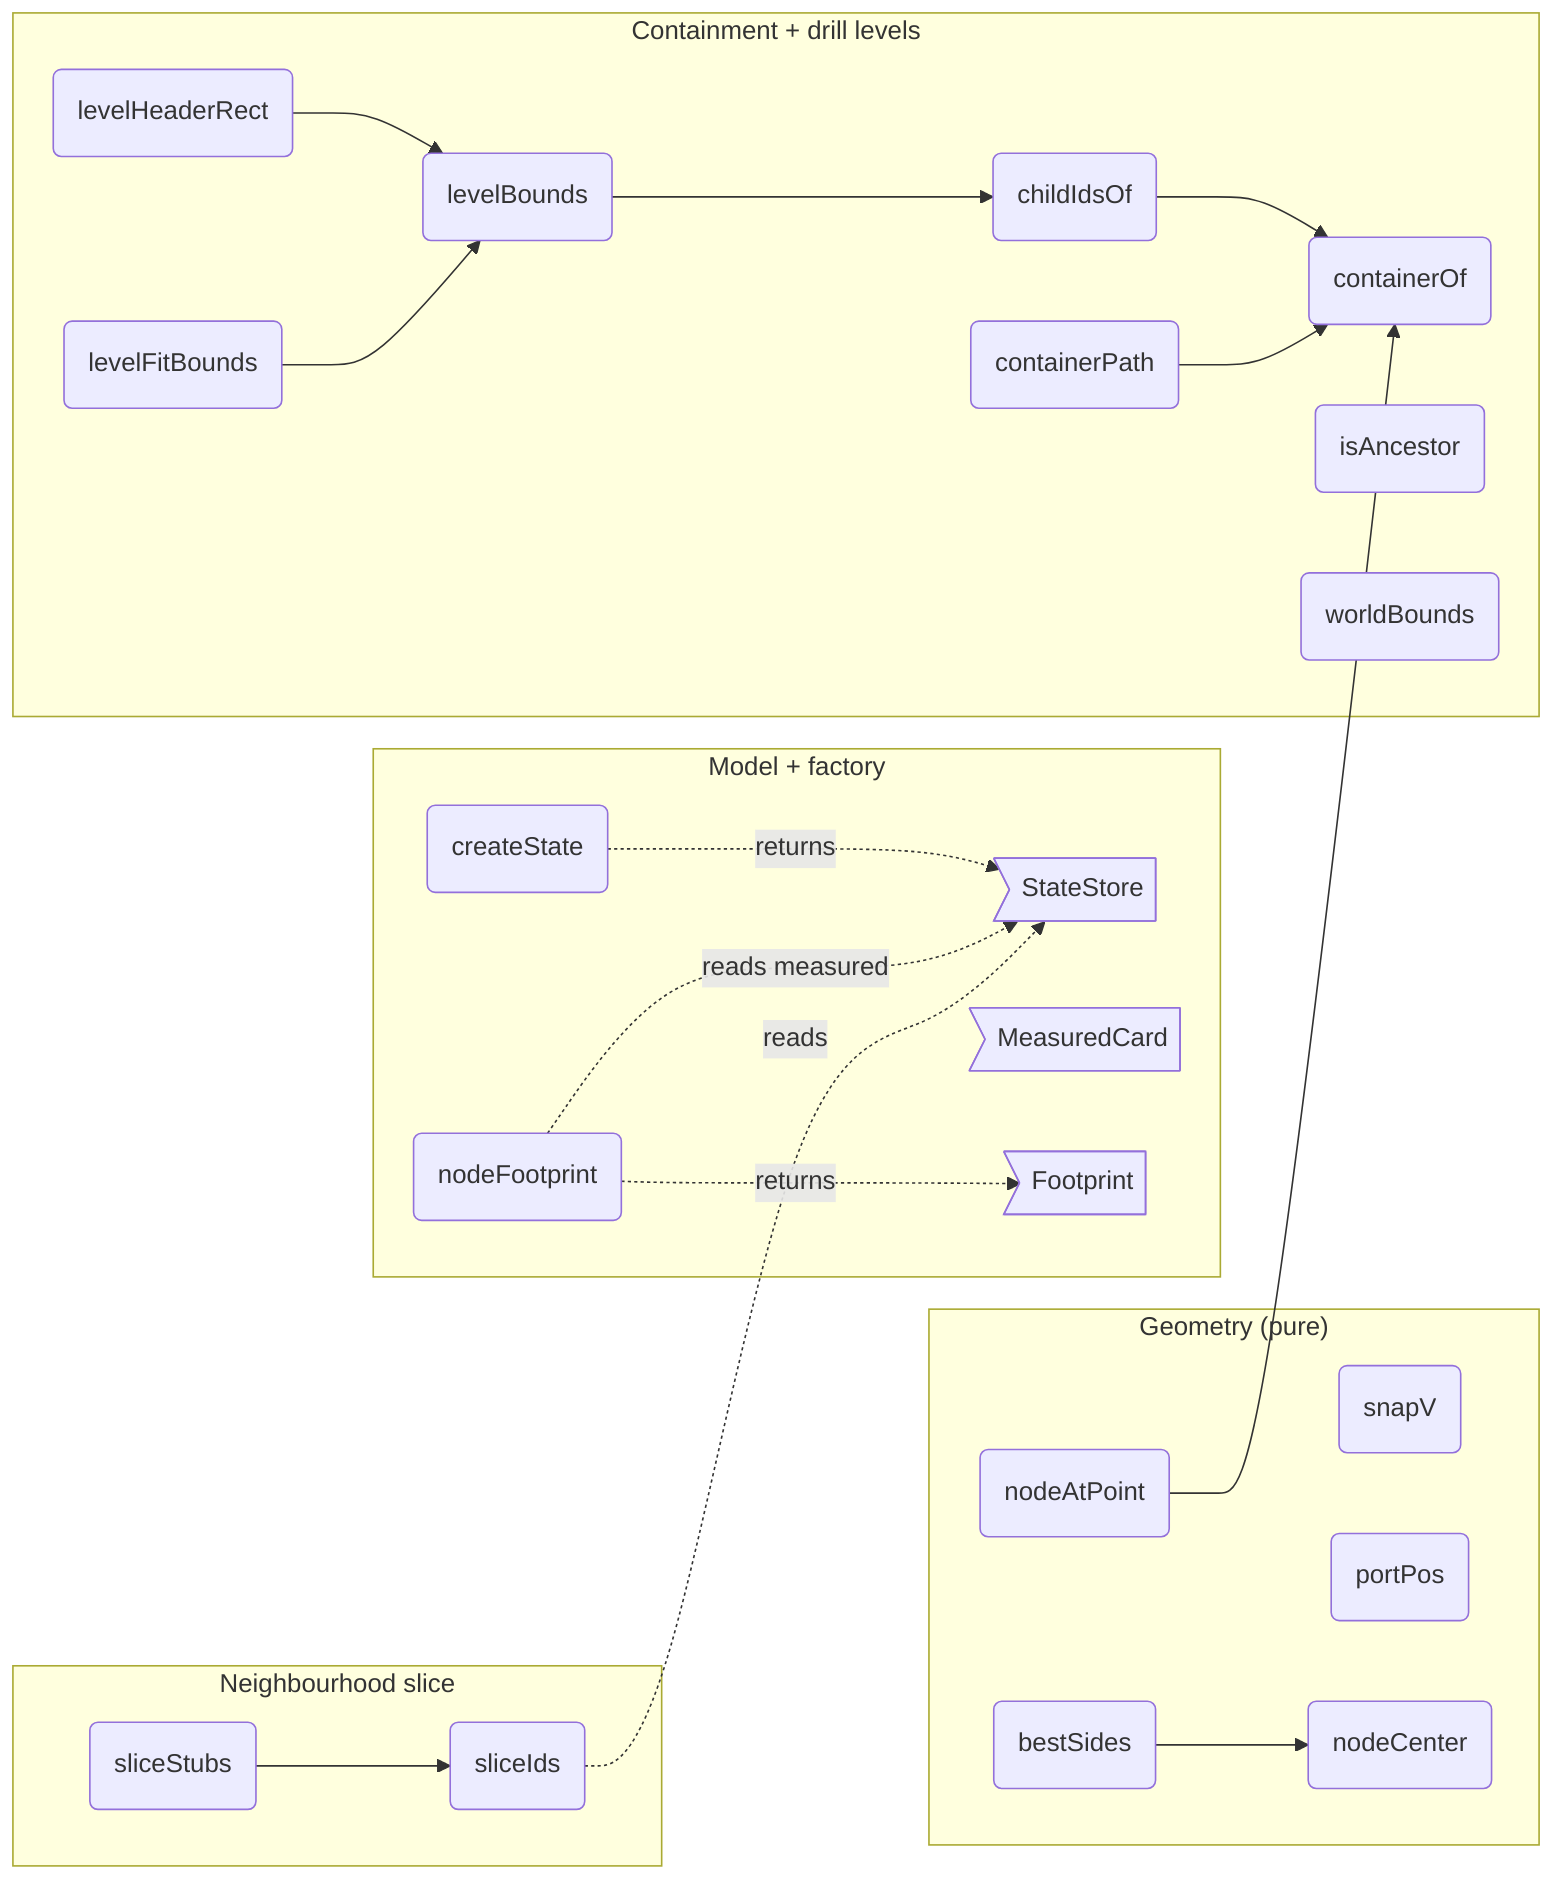
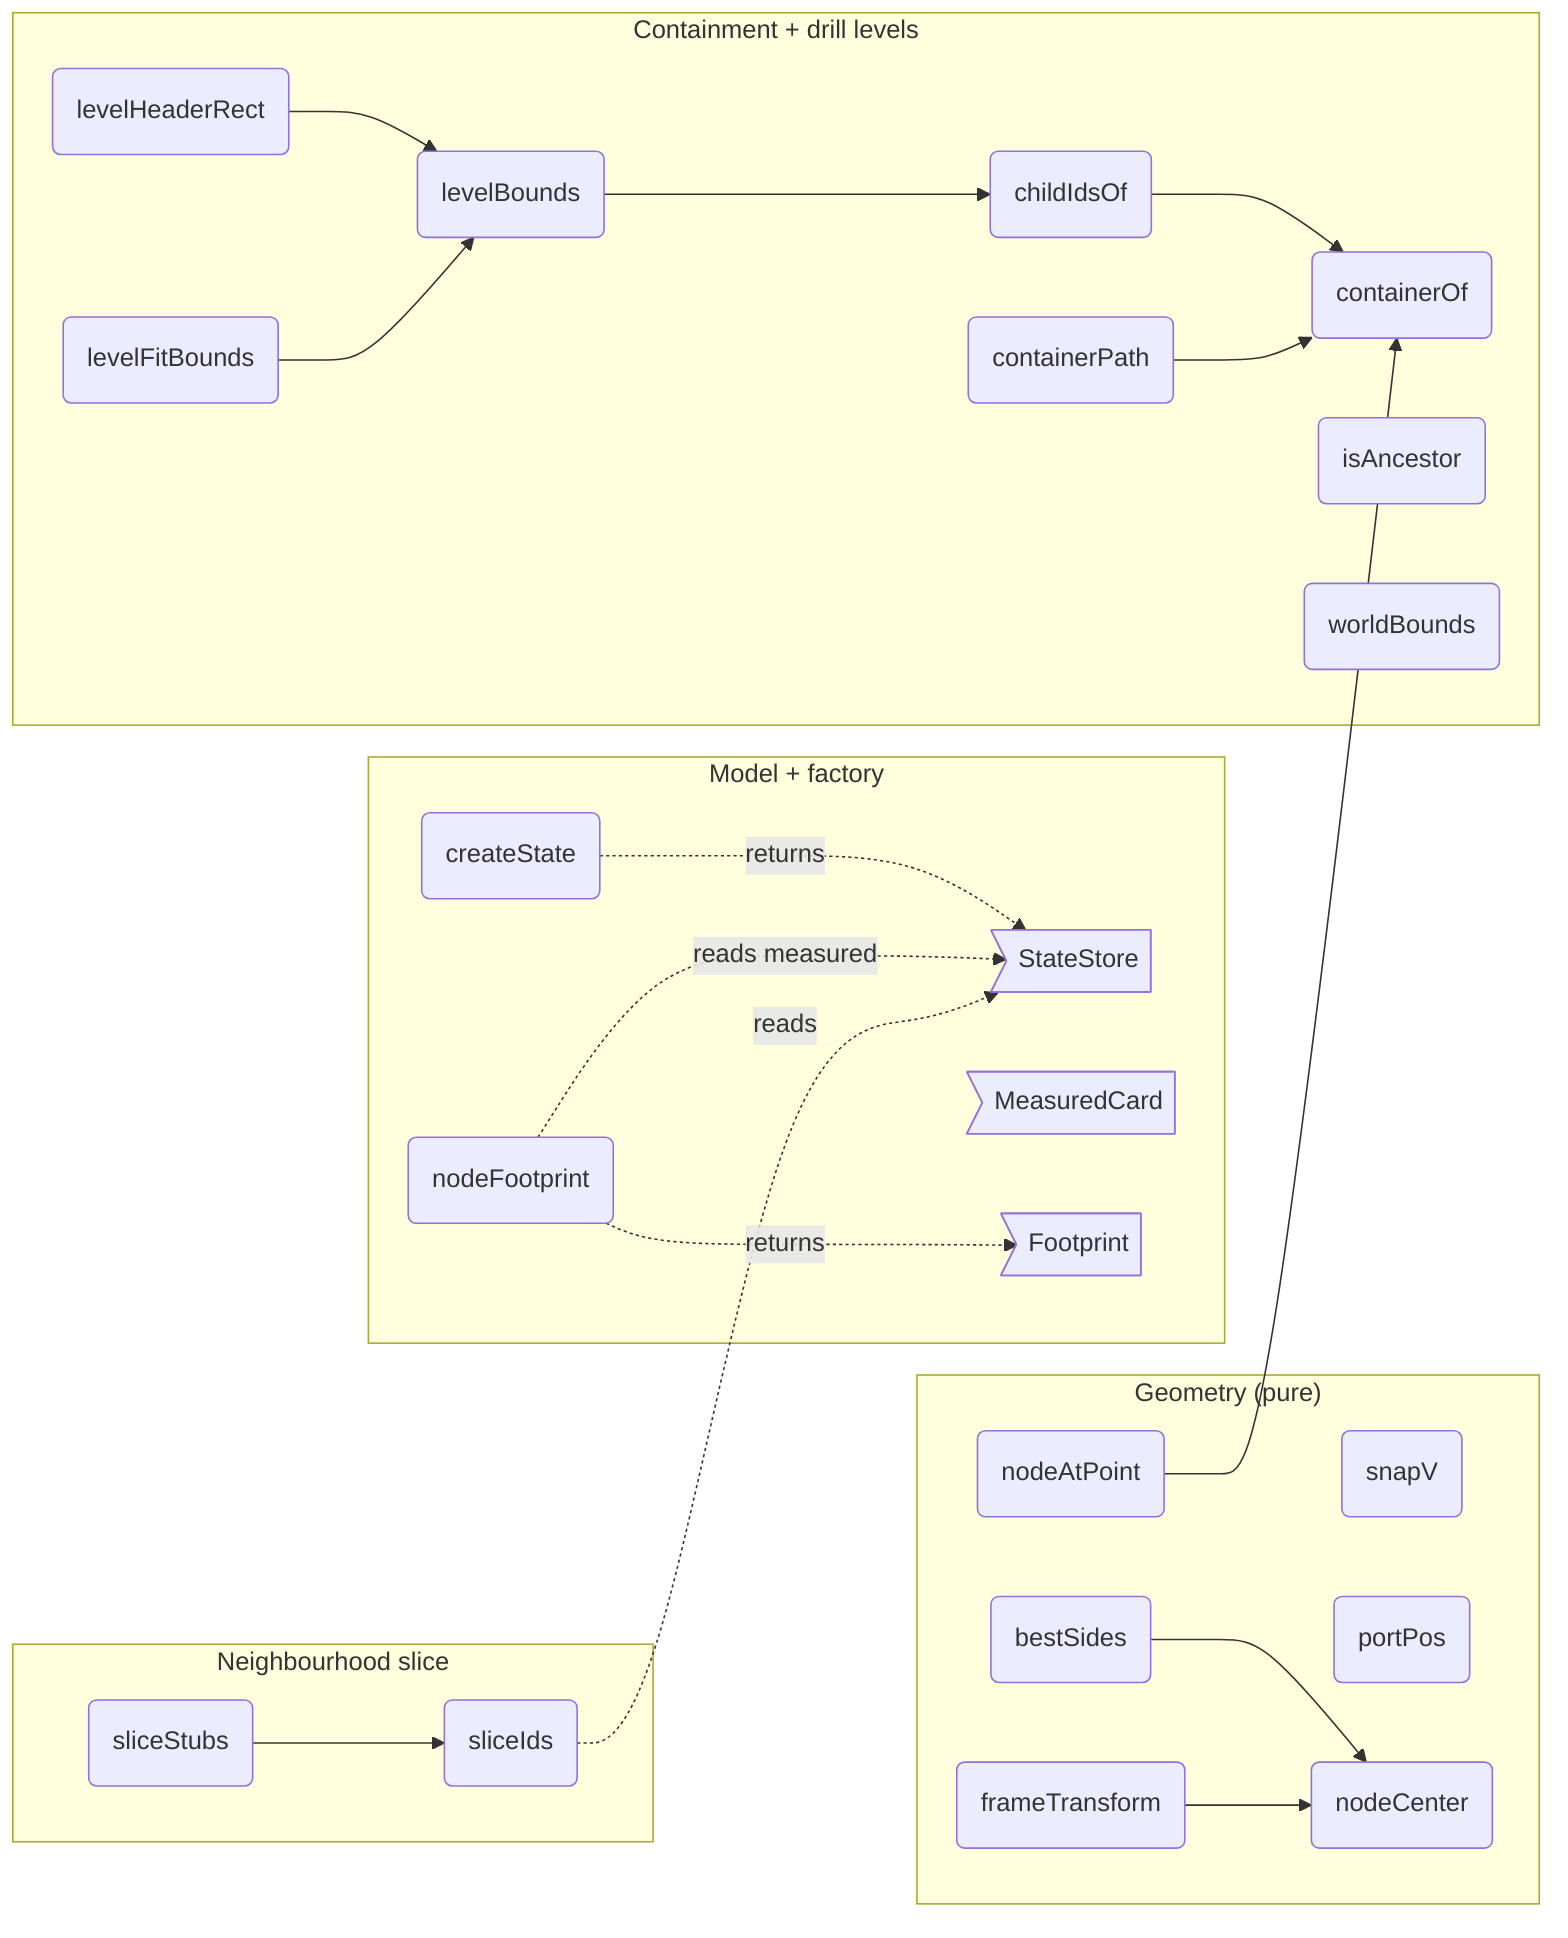
flowchart LR
%% root state

%% src StateStore src/core/state/state.ts#StateStore
%% kind StateStore type
%% fm:meta StateStore name=StateStore
%% fm:meta StateStore desc=source-of-truth model: nodes, edges, selection, id counters, dir, roots, measured cards
%% fm:meta StateStore state=nodes: Record<string, DiagramNode>
%% fm:meta StateStore state=edges: DiagramEdge[]
%% fm:meta StateStore state=sel: Set<string>
%% fm:meta StateStore state=roots: string[]

%% src MeasuredCard src/core/state/state.ts#MeasuredCard
%% kind MeasuredCard type
%% fm:meta MeasuredCard name=MeasuredCard
%% fm:meta MeasuredCard desc=last measured frontmatter-card size for a node, written by render post-paint pass

%% src Footprint src/core/state/state.ts#Footprint
%% kind Footprint type
%% fm:meta Footprint name=Footprint
%% fm:meta Footprint desc=on-canvas footprint rect in world pixels, node box plus frontmatter card

%% src createState src/core/state/state.ts#createState
%% kind createState function
%% fm:meta createState name=createState
%% fm:meta createState desc=create a fresh empty model with default counters and direction
%% fm:meta createState i0.name=createState
%% fm:meta createState i0.returns=StateStore

%% src nodeFootprint src/core/state/state.ts#nodeFootprint
%% kind nodeFootprint function
%% fm:meta nodeFootprint name=nodeFootprint
%% fm:meta nodeFootprint desc=footprint of a node (box plus card) read from the model alone
%% fm:meta nodeFootprint i0.name=nodeFootprint
%% fm:meta nodeFootprint i0.accepts=state: StateStore
%% fm:meta nodeFootprint i0.accepts=n: DiagramNode
%% fm:meta nodeFootprint i0.accepts=showFrontmatter: boolean
%% fm:meta nodeFootprint i0.returns=Footprint

%% src snapV src/core/state/state.ts#snapV
%% kind snapV function
%% fm:meta snapV name=snapV
%% fm:meta snapV desc=snap a coordinate to the grid when snap is on
%% fm:meta snapV i0.name=snapV
%% fm:meta snapV i0.accepts=v: number
%% fm:meta snapV i0.accepts=snap: boolean
%% fm:meta snapV i0.returns=number

%% src portPos src/core/state/state.ts#portPos
%% kind portPos function
%% fm:meta portPos name=portPos
%% fm:meta portPos desc=world-space position of a node port on a given side
%% fm:meta portPos i0.name=portPos
%% fm:meta portPos i0.accepts=node: DiagramNode
%% fm:meta portPos i0.accepts=side: PortSide
%% fm:meta portPos i0.returns=Point

%% src nodeCenter src/core/state/state.ts#nodeCenter
%% kind nodeCenter function
%% fm:meta nodeCenter name=nodeCenter
%% fm:meta nodeCenter desc=centre point of a node box
%% fm:meta nodeCenter i0.name=nodeCenter
%% fm:meta nodeCenter i0.accepts=n: DiagramNode
%% fm:meta nodeCenter i0.returns={ cx: number; cy: number }
+ 
+ %% src frameTransform src/core/state/state.ts#frameTransform
+ %% kind frameTransform function
+ %% fm:meta frameTransform name=frameTransform
+ %% fm:meta frameTransform desc=pure camera transform: centre a node in the viewport at a readable, clamped zoom
+ %% fm:meta frameTransform i0.name=frameTransform
+ %% fm:meta frameTransform i0.accepts=n: DiagramNode
+ %% fm:meta frameTransform i0.accepts=vw: number
+ %% fm:meta frameTransform i0.accepts=vh: number
+ %% fm:meta frameTransform i0.accepts=wantZ: number
+ %% fm:meta frameTransform i0.accepts=zMin: number
+ %% fm:meta frameTransform i0.accepts=zMax: number
+ %% fm:meta frameTransform i0.returns={ x: number; y: number; z: number }

%% src bestSides src/core/state/state.ts#bestSides
%% kind bestSides function
%% fm:meta bestSides name=bestSides
%% fm:meta bestSides desc=pick the nearest facing port sides for an edge between two nodes
%% fm:meta bestSides i0.name=bestSides
%% fm:meta bestSides i0.accepts=a: DiagramNode
%% fm:meta bestSides i0.accepts=b: DiagramNode
%% fm:meta bestSides i0.returns=[PortSide, PortSide]

%% src nodeAtPoint src/core/state/state.ts#nodeAtPoint
%% kind nodeAtPoint function
%% fm:meta nodeAtPoint name=nodeAtPoint
%% fm:meta nodeAtPoint desc=topmost node whose box contains a world point at one drill level
%% fm:meta nodeAtPoint i0.name=nodeAtPoint
%% fm:meta nodeAtPoint i0.accepts=state: StateStore
%% fm:meta nodeAtPoint i0.accepts=wx: number
%% fm:meta nodeAtPoint i0.accepts=wy: number
%% fm:meta nodeAtPoint i0.accepts=container: string | null
%% fm:meta nodeAtPoint i0.returns=string | null

%% src containerOf src/core/state/state.ts#containerOf
%% kind containerOf function
%% fm:meta containerOf name=containerOf
%% fm:meta containerOf desc=nearest non-group ancestor (the drill level a node lives at) or null
%% fm:meta containerOf i0.name=containerOf
%% fm:meta containerOf i0.accepts=state: StateStore
%% fm:meta containerOf i0.accepts=id: string
%% fm:meta containerOf i0.returns=string | null

%% src childIdsOf src/core/state/state.ts#childIdsOf
%% kind childIdsOf function
%% fm:meta childIdsOf name=childIdsOf
%% fm:meta childIdsOf desc=ids of every node living directly at a container drill level
%% fm:meta childIdsOf i0.name=childIdsOf
%% fm:meta childIdsOf i0.accepts=state: StateStore
%% fm:meta childIdsOf i0.accepts=container: string | null
%% fm:meta childIdsOf i0.returns=string[]

%% src containerPath src/core/state/state.ts#containerPath
%% kind containerPath function
%% fm:meta containerPath name=containerPath
%% fm:meta containerPath desc=root-first chain of non-group container ids enclosing a container
%% fm:meta containerPath i0.name=containerPath
%% fm:meta containerPath i0.accepts=state: StateStore
%% fm:meta containerPath i0.accepts=container: string | null
%% fm:meta containerPath i0.returns=string[]

%% src levelBounds src/core/state/state.ts#levelBounds
%% kind levelBounds function
%% fm:meta levelBounds name=levelBounds
%% fm:meta levelBounds desc=bounding box of just the nodes at a container level, or null when empty
%% fm:meta levelBounds i0.name=levelBounds
%% fm:meta levelBounds i0.accepts=state: StateStore
%% fm:meta levelBounds i0.accepts=container: string | null
%% fm:meta levelBounds i0.returns={ minX: number; minY: number; maxX: number; maxY: number } | null

%% src levelHeaderRect src/core/state/state.ts#levelHeaderRect
%% kind levelHeaderRect function
%% fm:meta levelHeaderRect name=levelHeaderRect
%% fm:meta levelHeaderRect desc=where to draw the container node above its children on a drilled level
%% fm:meta levelHeaderRect i0.name=levelHeaderRect
%% fm:meta levelHeaderRect i0.accepts=state: StateStore
%% fm:meta levelHeaderRect i0.accepts=container: string | null
%% fm:meta levelHeaderRect i0.returns={ x: number; y: number; w: number; h: number } | null

%% src levelFitBounds src/core/state/state.ts#levelFitBounds
%% kind levelFitBounds function
%% fm:meta levelFitBounds name=levelFitBounds
%% fm:meta levelFitBounds desc=bounds the camera should fit at a level, children plus the container node
%% fm:meta levelFitBounds i0.name=levelFitBounds
%% fm:meta levelFitBounds i0.accepts=state: StateStore
%% fm:meta levelFitBounds i0.accepts=container: string | null
%% fm:meta levelFitBounds i0.returns={ minX: number; minY: number; maxX: number; maxY: number } | null

%% src isAncestor src/core/state/state.ts#isAncestor
%% kind isAncestor function
%% fm:meta isAncestor name=isAncestor
%% fm:meta isAncestor desc=true when anc sits somewhere on a node parent chain (cycle guard)
%% fm:meta isAncestor i0.name=isAncestor
%% fm:meta isAncestor i0.accepts=state: StateStore
%% fm:meta isAncestor i0.accepts=anc: string
%% fm:meta isAncestor i0.accepts=node: string
%% fm:meta isAncestor i0.returns=boolean

%% src worldBounds src/core/state/state.ts#worldBounds
%% kind worldBounds function
%% fm:meta worldBounds name=worldBounds
%% fm:meta worldBounds desc=bounding box of all nodes in the model, or null when empty
%% fm:meta worldBounds i0.name=worldBounds
%% fm:meta worldBounds i0.accepts=state: StateStore
%% fm:meta worldBounds i0.returns={ minX: number; minY: number; maxX: number; maxY: number } | null

%% src sliceIds src/core/state/state.ts#sliceIds
%% kind sliceIds function
%% fm:meta sliceIds name=sliceIds
%% fm:meta sliceIds desc=neighbourhood id set of a node: transitive solid up/down plus 1-hop dotted refs (the slice panel's keep set)
%% fm:meta sliceIds i0.name=sliceIds
%% fm:meta sliceIds i0.accepts=state: StateStore
%% fm:meta sliceIds i0.accepts=id: string
%% fm:meta sliceIds i0.returns=Set<string>

%% src sliceStubs src/core/state/state.ts#sliceStubs
%% kind sliceStubs function
%% fm:meta sliceStubs name=sliceStubs
%% fm:meta sliceStubs desc=boundary stubs of a keep set: 1-hop neighbours that fall outside it, drawn as edge endpoints in a slice
%% fm:meta sliceStubs i0.name=sliceStubs
%% fm:meta sliceStubs i0.accepts=state: StateStore
%% fm:meta sliceStubs i0.accepts=keep: Set<string>
%% fm:meta sliceStubs i0.returns=Set<string>

%% parent st_model state
%% parent st_geom state
%% parent st_levels state
%% parent st_slice state

  subgraph st_model ["Model + factory"]
    StateStore>"StateStore"]
    MeasuredCard>"MeasuredCard"]
    Footprint>"Footprint"]
    createState("createState")
    nodeFootprint("nodeFootprint")
  end
  subgraph st_geom ["Geometry (pure)"]
    snapV("snapV")
    portPos("portPos")
    nodeCenter("nodeCenter")
+     frameTransform("frameTransform")
    bestSides("bestSides")
    nodeAtPoint("nodeAtPoint")
  end
  subgraph st_levels ["Containment + drill levels"]
    containerOf("containerOf")
    childIdsOf("childIdsOf")
    containerPath("containerPath")
    levelBounds("levelBounds")
    levelHeaderRect("levelHeaderRect")
    levelFitBounds("levelFitBounds")
    isAncestor("isAncestor")
    worldBounds("worldBounds")
  end
  subgraph st_slice ["Neighbourhood slice"]
    sliceIds("sliceIds")
    sliceStubs("sliceStubs")
  end

  bestSides --> nodeCenter
+   frameTransform --> nodeCenter
  nodeAtPoint --> containerOf
  childIdsOf --> containerOf
  containerPath --> containerOf
  levelBounds --> childIdsOf
  levelHeaderRect --> levelBounds
  levelFitBounds --> levelBounds
  sliceStubs --> sliceIds
  createState -.->|returns| StateStore
  nodeFootprint -.->|returns| Footprint
  nodeFootprint -.->|reads measured| StateStore
  sliceIds -.->|reads| StateStore
